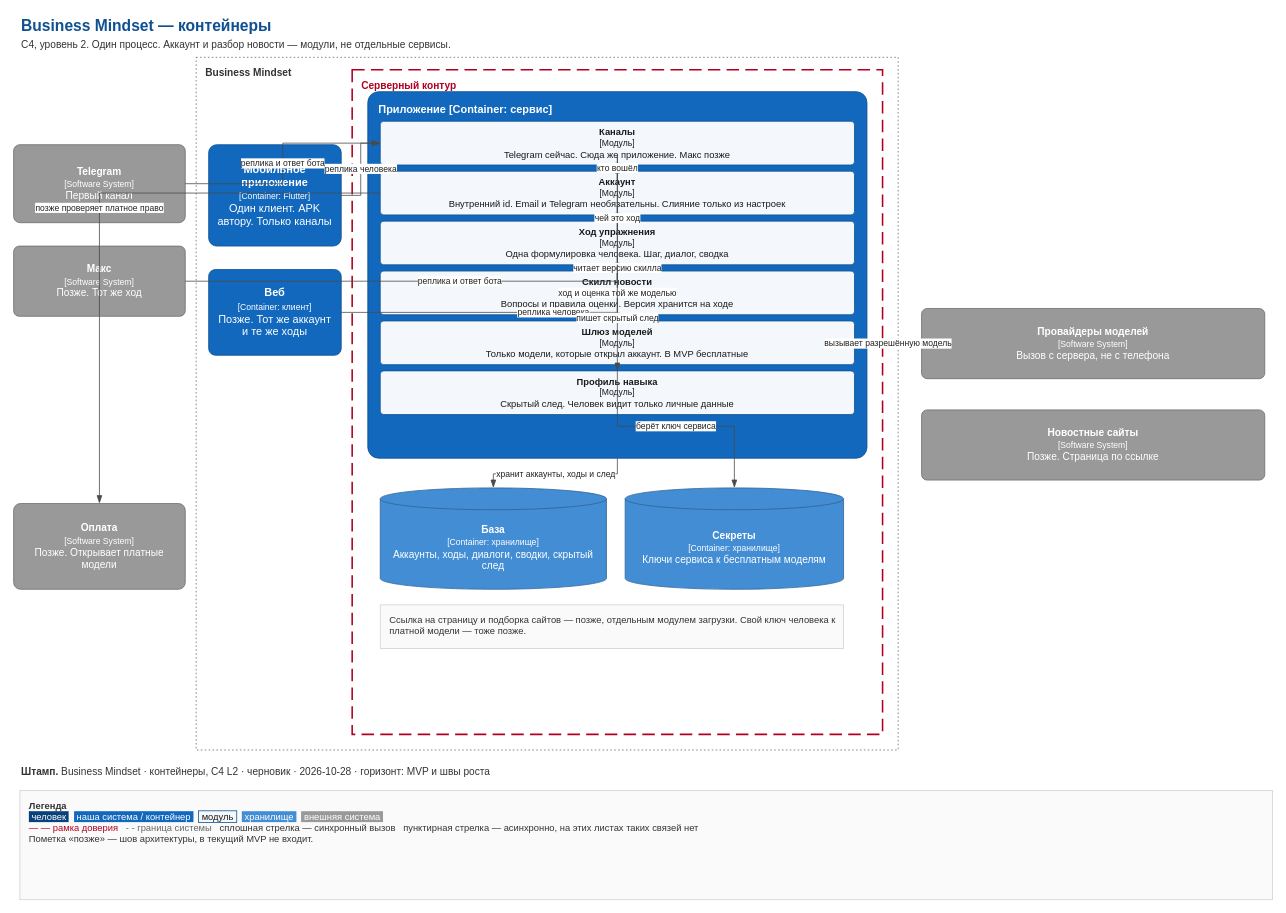
Above: ProductLC/01 Big Idea/architecture/diagrams/02-containers.drawio in nletra1983/business-mindset-cloud (draw.io), before the change. Source tidied: cells renumbered, new cells numbered last; positions are measured from the earlier drawing's top-left corner, leaving out a move shared by most shapes. Both pictures are drawn from the tidied source at 78%, with x=0, y=0 at pixel (13, 13).
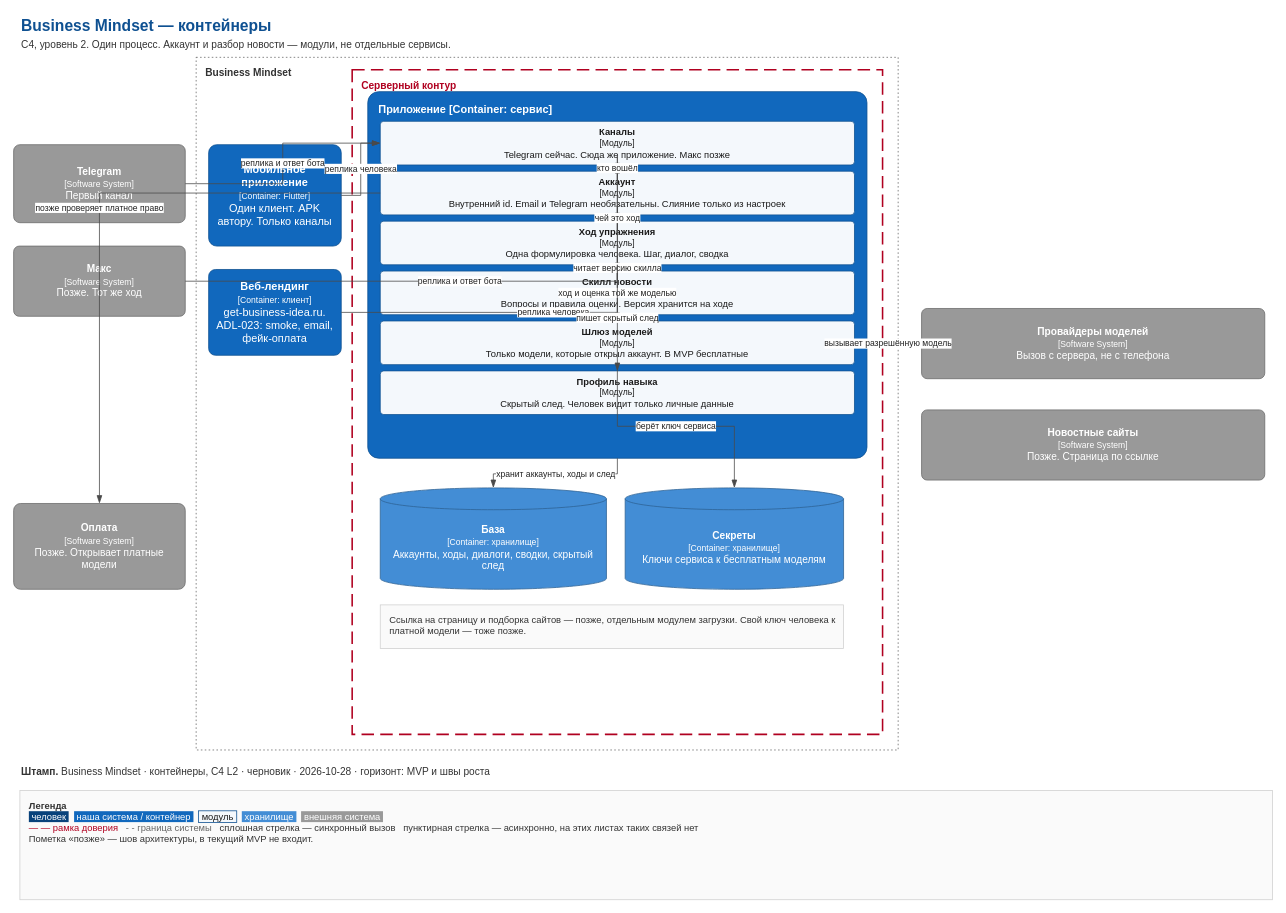
The same page after the edit.

Diff of the diagram source:
```diff
@@
-    <mxCell id="17" value="&lt;b&gt;Веб&lt;/b&gt;&lt;br&gt;&lt;font style=&quot;font-size: 11px&quot;&gt;[Container: клиент]&lt;/font&gt;&lt;br&gt;Позже. Тот же аккаунт и те же ходы" style="rounded=1;whiteSpace=wrap;html=1;fillColor=#1168BD;strokeColor=#0E5091;fontColor=#ffffff;arcSize=8;fontFamily=Arial;fontSize=14;verticalAlign=middle;align=center;spacing=8;" parent="1" vertex="1">
+    <mxCell id="17" value="&lt;b&gt;Веб-лендинг&lt;/b&gt;&lt;br&gt;&lt;font style=&quot;font-size: 11px&quot;&gt;[Container: клиент]&lt;/font&gt;&lt;br&gt;get-business-idea.ru. ADL-023: smoke, email, фейк-оплата" style="rounded=1;whiteSpace=wrap;html=1;fillColor=#1168BD;strokeColor=#0E5091;fontColor=#ffffff;arcSize=8;fontFamily=Arial;fontSize=14;verticalAlign=middle;align=center;spacing=8;" parent="1" vertex="1">
       <mxGeometry x="250" y="328" width="170" height="110" as="geometry" />
     </mxCell>
```
